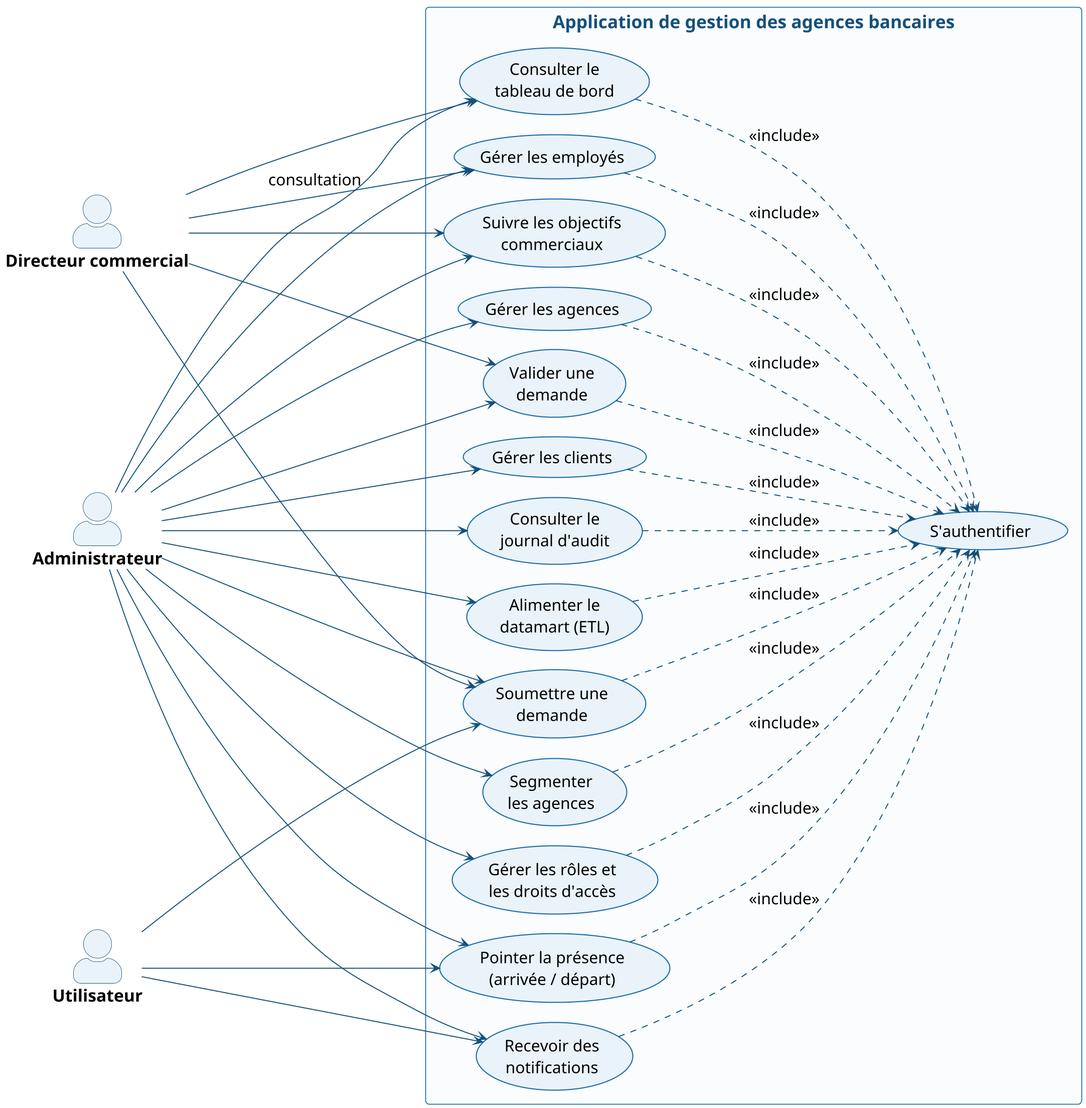
Earlier version of the PlantUML export rapport-latex/diagrams/uc_global.png (ZizouX0/oussema_korbosli). Its source is kept beside it as rapport-latex/diagrams/uc_global.puml.
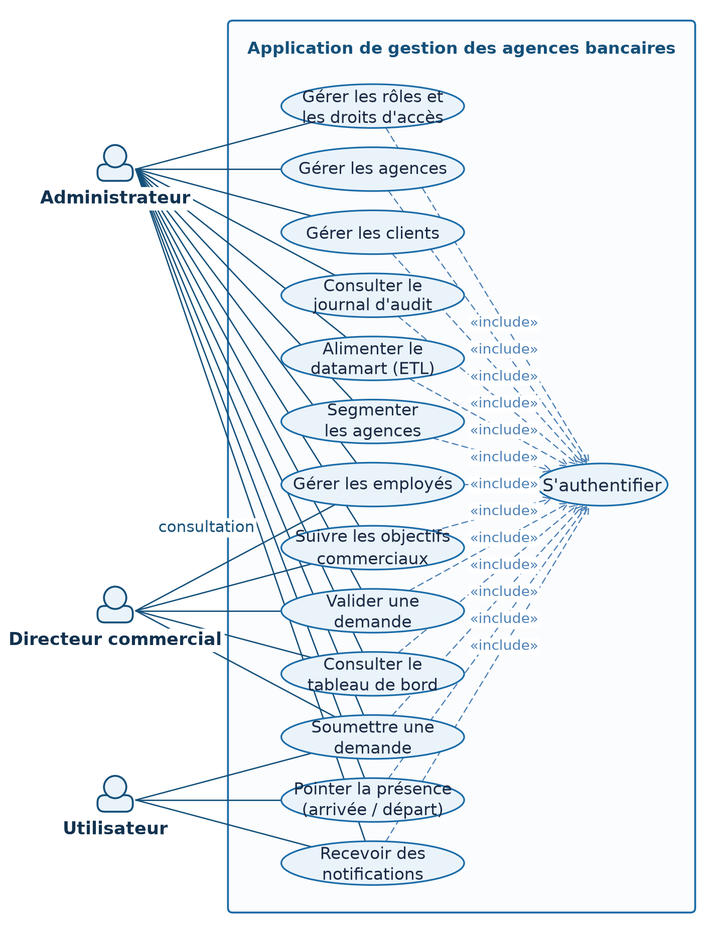
Later version of the same file.

Commit message:
Figure 2.1 : administrateur en haut a gauche, figure seule sur sa page

Diff of the diagram source:
```diff
@@ -25,9 +25,11 @@
 skinparam nodesep 22
 skinparam ranksep 175
 
-actor "Administrateur" as ADM
-actor "Directeur commercial" as DIR
-actor "Utilisateur" as USR
+together {
+  actor "Administrateur" as ADM
+  actor "Directeur commercial" as DIR
+  actor "Utilisateur" as USR
+}
 
 rectangle "Application de gestion des agences bancaires" {
   usecase "Gérer les rôles et\nles droits d'accès" as UC01
```
